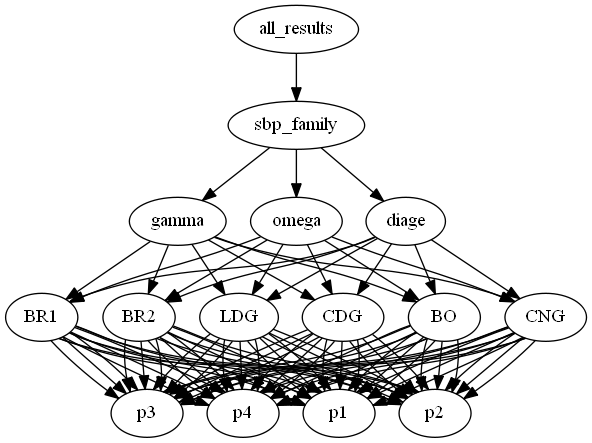
zolargwrk/PySBP keeps this Graphviz diagram as visual/all_results_2d.dot.png. Above is the earlier version. Its source is kept beside it as visual/all_results_2d.dot.
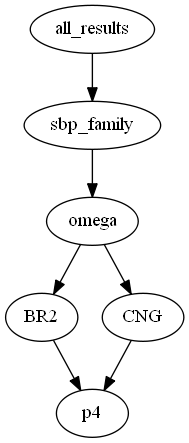
The same diagram one commit later.

Change to the diagram source:
```diff
@@ -1,191 +1,15 @@
 digraph tree {
     "all_results";
     "sbp_family";
-    "gamma";
-    "BR1";
-    "p1";
-    "p2";
-    "p3";
-    "p4";
+    "omega";
     "BR2";
-    "p1";
-    "p2";
-    "p3";
-    "p4";
-    "LDG";
-    "p1";
-    "p2";
-    "p3";
-    "p4";
-    "CDG";
-    "p1";
-    "p2";
-    "p3";
-    "p4";
-    "BO";
-    "p1";
-    "p2";
-    "p3";
     "p4";
     "CNG";
-    "p1";
-    "p2";
-    "p3";
-    "p4";
-    "omega";
-    "BR1";
-    "p1";
-    "p2";
-    "p3";
-    "p4";
-    "BR2";
-    "p1";
-    "p2";
-    "p3";
-    "p4";
-    "LDG";
-    "p1";
-    "p2";
-    "p3";
-    "p4";
-    "CDG";
-    "p1";
-    "p2";
-    "p3";
-    "p4";
-    "BO";
-    "p1";
-    "p2";
-    "p3";
-    "p4";
-    "CNG";
-    "p1";
-    "p2";
-    "p3";
-    "p4";
-    "diage";
-    "BR1";
-    "p1";
-    "p2";
-    "p3";
-    "p4";
-    "BR2";
-    "p1";
-    "p2";
-    "p3";
-    "p4";
-    "LDG";
-    "p1";
-    "p2";
-    "p3";
-    "p4";
-    "CDG";
-    "p1";
-    "p2";
-    "p3";
-    "p4";
-    "BO";
-    "p1";
-    "p2";
-    "p3";
-    "p4";
-    "CNG";
-    "p1";
-    "p2";
-    "p3";
     "p4";
     "all_results" -> "sbp_family";
-    "sbp_family" -> "gamma";
     "sbp_family" -> "omega";
-    "sbp_family" -> "diage";
-    "gamma" -> "BR1";
-    "gamma" -> "BR2";
-    "gamma" -> "LDG";
-    "gamma" -> "CDG";
-    "gamma" -> "BO";
-    "gamma" -> "CNG";
-    "BR1" -> "p1";
-    "BR1" -> "p2";
-    "BR1" -> "p3";
-    "BR1" -> "p4";
-    "BR2" -> "p1";
-    "BR2" -> "p2";
-    "BR2" -> "p3";
+    "omega" -> "BR2";
+    "omega" -> "CNG";
     "BR2" -> "p4";
-    "LDG" -> "p1";
-    "LDG" -> "p2";
-    "LDG" -> "p3";
-    "LDG" -> "p4";
-    "CDG" -> "p1";
-    "CDG" -> "p2";
-    "CDG" -> "p3";
-    "CDG" -> "p4";
-    "BO" -> "p1";
-    "BO" -> "p2";
-    "BO" -> "p3";
-    "BO" -> "p4";
-    "CNG" -> "p1";
-    "CNG" -> "p2";
-    "CNG" -> "p3";
-    "CNG" -> "p4";
-    "omega" -> "BR1";
-    "omega" -> "BR2";
-    "omega" -> "LDG";
-    "omega" -> "CDG";
-    "omega" -> "BO";
-    "omega" -> "CNG";
-    "BR1" -> "p1";
-    "BR1" -> "p2";
-    "BR1" -> "p3";
-    "BR1" -> "p4";
-    "BR2" -> "p1";
-    "BR2" -> "p2";
-    "BR2" -> "p3";
-    "BR2" -> "p4";
-    "LDG" -> "p1";
-    "LDG" -> "p2";
-    "LDG" -> "p3";
-    "LDG" -> "p4";
-    "CDG" -> "p1";
-    "CDG" -> "p2";
-    "CDG" -> "p3";
-    "CDG" -> "p4";
-    "BO" -> "p1";
-    "BO" -> "p2";
-    "BO" -> "p3";
-    "BO" -> "p4";
-    "CNG" -> "p1";
-    "CNG" -> "p2";
-    "CNG" -> "p3";
-    "CNG" -> "p4";
-    "diage" -> "BR1";
-    "diage" -> "BR2";
-    "diage" -> "LDG";
-    "diage" -> "CDG";
-    "diage" -> "BO";
-    "diage" -> "CNG";
-    "BR1" -> "p1";
-    "BR1" -> "p2";
-    "BR1" -> "p3";
-    "BR1" -> "p4";
-    "BR2" -> "p1";
-    "BR2" -> "p2";
-    "BR2" -> "p3";
-    "BR2" -> "p4";
-    "LDG" -> "p1";
-    "LDG" -> "p2";
-    "LDG" -> "p3";
-    "LDG" -> "p4";
-    "CDG" -> "p1";
-    "CDG" -> "p2";
-    "CDG" -> "p3";
-    "CDG" -> "p4";
-    "BO" -> "p1";
-    "BO" -> "p2";
-    "BO" -> "p3";
-    "BO" -> "p4";
-    "CNG" -> "p1";
-    "CNG" -> "p2";
-    "CNG" -> "p3";
     "CNG" -> "p4";
 }
```
